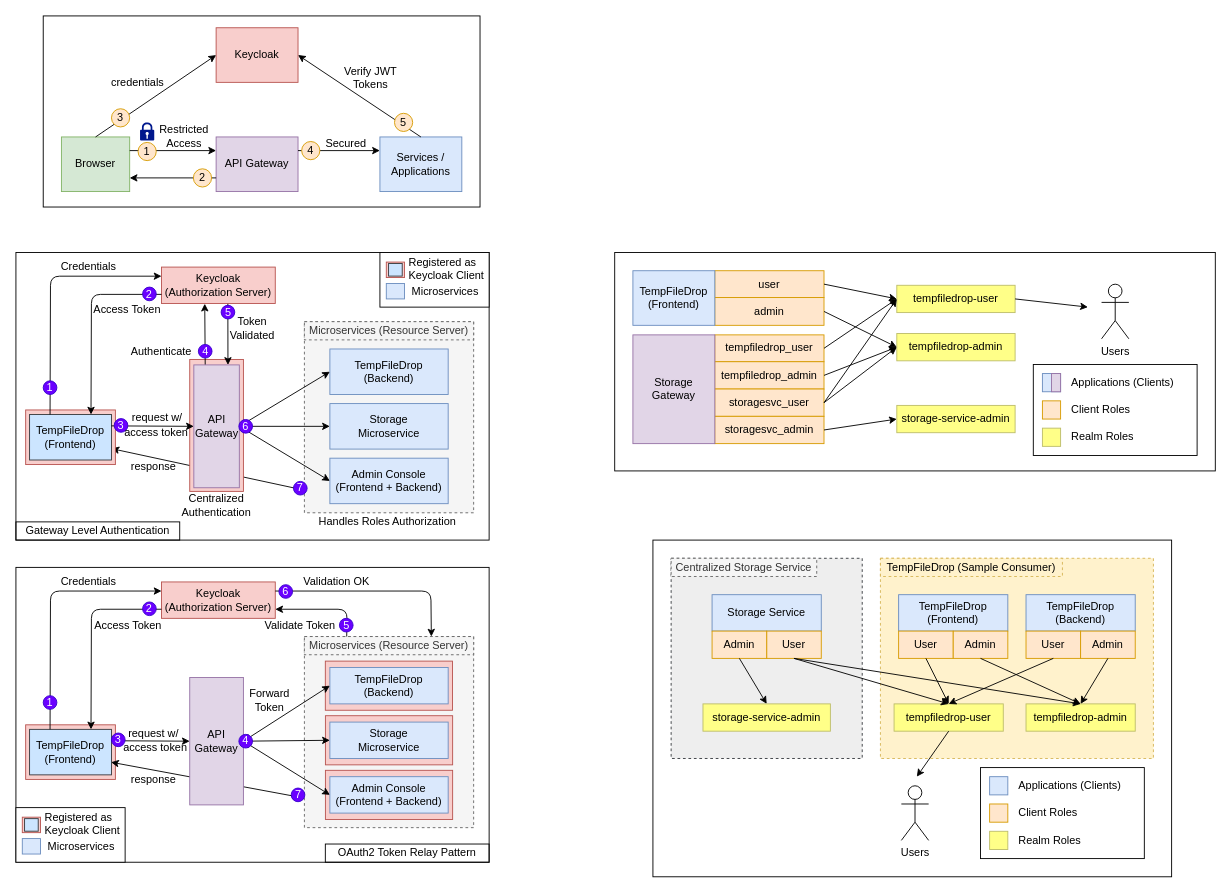
Earlier version of the draw.io diagram doc/keycloak.drawio (awarenessxz/TempFileDrop). Source tidied: cells renumbered, new cells numbered last; positions are measured from the earlier drawing's top-left corner, leaving out a move shared by most shapes. Both pictures are drawn from the tidied source at 91%, with x=0, y=0 at pixel (15, 15).
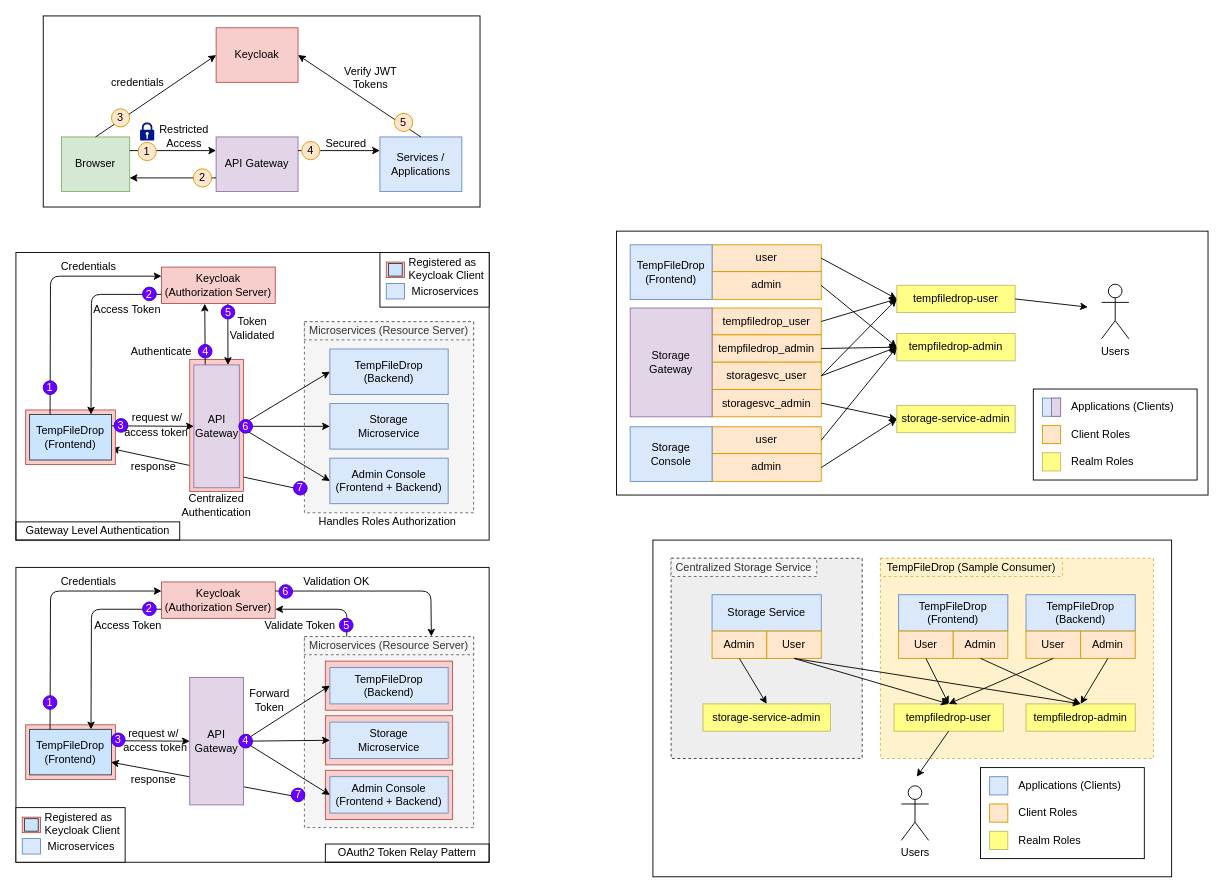
The same page after the edit.

Unchanged cells that the change refers to:
```xml
<mxCell id="145" value="storage-service-admin" style="rounded=0;whiteSpace=wrap;html=1;align=center;verticalAlign=middle;fillColor=#ffff88;strokeColor=#BDBD6A;" parent="1" vertex="1">
  <mxGeometry x="968" y="428" width="130" height="30" as="geometry" />
</mxCell>
<mxCell id="155" value="tempfiledrop-admin" style="rounded=0;whiteSpace=wrap;html=1;align=center;verticalAlign=middle;fillColor=#ffff88;strokeColor=#BDBD6A;" parent="1" vertex="1">
  <mxGeometry x="968" y="349" width="130" height="30" as="geometry" />
</mxCell>
```

Change to the diagram source:
```diff
@@
-    <mxCell id="2" style="rounded=0;whiteSpace=wrap;html=1;strokeColor=#000000;align=left;verticalAlign=middle;" parent="1" vertex="1">
-      <mxGeometry x="658" y="260" width="660" height="240" as="geometry" />
-    </mxCell>
+    <mxCell id="173" style="rounded=0;whiteSpace=wrap;html=1;" parent="1" vertex="1">
+      <mxGeometry x="660" y="236.5" width="650" height="290" as="geometry" />
+    </mxCell>
@@
     <mxCell id="146" value="tempfiledrop_user" style="rounded=0;whiteSpace=wrap;html=1;align=center;verticalAlign=middle;fillColor=#ffe6cc;strokeColor=#d79b00;" parent="1" vertex="1">
-      <mxGeometry x="768" y="350.5" width="120" height="29.5" as="geometry" />
+      <mxGeometry x="765" y="321" width="120" height="29.5" as="geometry" />
     </mxCell>
     <mxCell id="147" value="tempfiledrop_admin" style="rounded=0;whiteSpace=wrap;html=1;align=center;verticalAlign=middle;fillColor=#ffe6cc;strokeColor=#d79b00;" parent="1" vertex="1">
-      <mxGeometry x="768" y="380" width="120" height="30" as="geometry" />
+      <mxGeometry x="765" y="350.5" width="120" height="30" as="geometry" />
     </mxCell>
     <mxCell id="148" value="storagesvc_user" style="rounded=0;whiteSpace=wrap;html=1;align=center;verticalAlign=middle;fillColor=#ffe6cc;strokeColor=#d79b00;" parent="1" vertex="1">
-      <mxGeometry x="768" y="410" width="120" height="30" as="geometry" />
+      <mxGeometry x="765" y="380.5" width="120" height="30" as="geometry" />
     </mxCell>
     <mxCell id="149" value="storagesvc_admin" style="rounded=0;whiteSpace=wrap;html=1;align=center;verticalAlign=middle;fillColor=#ffe6cc;strokeColor=#d79b00;" parent="1" vertex="1">
-      <mxGeometry x="768" y="440" width="120" height="30" as="geometry" />
+      <mxGeometry x="765" y="410.5" width="120" height="30" as="geometry" />
     </mxCell>
     <mxCell id="150" value="Storage Gateway" style="rounded=0;whiteSpace=wrap;html=1;fillColor=#e1d5e7;strokeColor=#9673a6;" parent="1" vertex="1">
-      <mxGeometry x="678" y="350.5" width="90" height="119.5" as="geometry" />
+      <mxGeometry x="675" y="321" width="90" height="119.5" as="geometry" />
     </mxCell>
     <mxCell id="151" value="user" style="rounded=0;whiteSpace=wrap;html=1;align=center;verticalAlign=middle;fillColor=#ffe6cc;strokeColor=#d79b00;" parent="1" vertex="1">
-      <mxGeometry x="768" y="280" width="120" height="29.5" as="geometry" />
+      <mxGeometry x="765" y="251.5" width="120" height="29.5" as="geometry" />
     </mxCell>
     <mxCell id="152" value="admin" style="rounded=0;whiteSpace=wrap;html=1;align=center;verticalAlign=middle;fillColor=#ffe6cc;strokeColor=#d79b00;" parent="1" vertex="1">
-      <mxGeometry x="768" y="309.5" width="120" height="30.5" as="geometry" />
+      <mxGeometry x="765" y="281" width="120" height="30.5" as="geometry" />
     </mxCell>
     <mxCell id="153" value="TempFileDrop&lt;br&gt;(Frontend)" style="rounded=0;whiteSpace=wrap;html=1;fillColor=#dae8fc;strokeColor=#6c8ebf;" parent="1" vertex="1">
-      <mxGeometry x="678" y="280" width="90" height="60" as="geometry" />
+      <mxGeometry x="675" y="251.5" width="90" height="60" as="geometry" />
     </mxCell>
@@
     <mxCell id="165" style="rounded=0;whiteSpace=wrap;html=1;align=left;verticalAlign=middle;" parent="1" vertex="1">
-      <mxGeometry x="1118" y="383" width="180" height="100" as="geometry" />
+      <mxGeometry x="1118" y="410" width="180" height="100" as="geometry" />
     </mxCell>
     <mxCell id="166" style="rounded=0;whiteSpace=wrap;html=1;align=center;verticalAlign=middle;fillColor=#dae8fc;strokeColor=#6c8ebf;" parent="1" vertex="1">
-      <mxGeometry x="1128" y="393" width="20" height="20" as="geometry" />
+      <mxGeometry x="1128" y="420" width="20" height="20" as="geometry" />
     </mxCell>
     <mxCell id="167" value="Applications (Clients)" style="text;html=1;strokeColor=none;fillColor=none;align=left;verticalAlign=middle;whiteSpace=wrap;rounded=0;" parent="1" vertex="1">
-      <mxGeometry x="1158" y="393" width="130" height="20" as="geometry" />
+      <mxGeometry x="1158" y="420" width="130" height="20" as="geometry" />
     </mxCell>
     <mxCell id="168" style="rounded=0;whiteSpace=wrap;html=1;align=center;verticalAlign=middle;fillColor=#ffe6cc;strokeColor=#d79b00;" parent="1" vertex="1">
-      <mxGeometry x="1128" y="423" width="20" height="20" as="geometry" />
+      <mxGeometry x="1128" y="450" width="20" height="20" as="geometry" />
     </mxCell>
     <mxCell id="169" value="Client Roles" style="text;html=1;strokeColor=none;fillColor=none;align=left;verticalAlign=middle;whiteSpace=wrap;rounded=0;" parent="1" vertex="1">
-      <mxGeometry x="1158" y="423" width="130" height="20" as="geometry" />
+      <mxGeometry x="1158" y="450" width="130" height="20" as="geometry" />
     </mxCell>
     <mxCell id="170" style="rounded=0;whiteSpace=wrap;html=1;align=center;verticalAlign=middle;fillColor=#ffff88;strokeColor=#BDBD6A;" parent="1" vertex="1">
-      <mxGeometry x="1128" y="453" width="20" height="20" as="geometry" />
+      <mxGeometry x="1128" y="480" width="20" height="20" as="geometry" />
     </mxCell>
     <mxCell id="171" value="Realm Roles" style="text;html=1;strokeColor=none;fillColor=none;align=left;verticalAlign=middle;whiteSpace=wrap;rounded=0;" parent="1" vertex="1">
-      <mxGeometry x="1158" y="453" width="130" height="20" as="geometry" />
+      <mxGeometry x="1158" y="480" width="130" height="20" as="geometry" />
     </mxCell>
     <mxCell id="172" style="rounded=0;whiteSpace=wrap;html=1;align=center;verticalAlign=middle;fillColor=#e1d5e7;strokeColor=#9673a6;" parent="1" vertex="1">
-      <mxGeometry x="1138" y="393" width="10" height="20" as="geometry" />
+      <mxGeometry x="1138" y="420" width="10" height="20" as="geometry" />
     </mxCell>
+    <mxCell id="174" value="user" style="rounded=0;whiteSpace=wrap;html=1;align=center;verticalAlign=middle;fillColor=#ffe6cc;strokeColor=#d79b00;" parent="1" vertex="1">
+      <mxGeometry x="765" y="451.5" width="120" height="29.5" as="geometry" />
+    </mxCell>
+    <mxCell id="175" value="admin" style="rounded=0;whiteSpace=wrap;html=1;align=center;verticalAlign=middle;fillColor=#ffe6cc;strokeColor=#d79b00;" parent="1" vertex="1">
+      <mxGeometry x="765" y="481" width="120" height="30.5" as="geometry" />
+    </mxCell>
+    <mxCell id="176" value="Storage&lt;br&gt;Console" style="rounded=0;whiteSpace=wrap;html=1;fillColor=#dae8fc;strokeColor=#6c8ebf;" parent="1" vertex="1">
+      <mxGeometry x="675" y="451.5" width="90" height="60" as="geometry" />
+    </mxCell>
+    <mxCell id="177" style="endArrow=classic;html=1;entryX=0;entryY=0.5;entryDx=0;entryDy=0;exitX=1;exitY=0.5;exitDx=0;exitDy=0;" parent="1" edge="1" source="174" target="155">
+      <mxGeometry relative="1" as="geometry" />
+    </mxCell>
+    <mxCell id="178" style="endArrow=classic;html=1;entryX=0;entryY=0.5;entryDx=0;entryDy=0;exitX=1;exitY=0.5;exitDx=0;exitDy=0;" parent="1" edge="1" source="175" target="145">
+      <mxGeometry relative="1" as="geometry" />
+    </mxCell>
```
